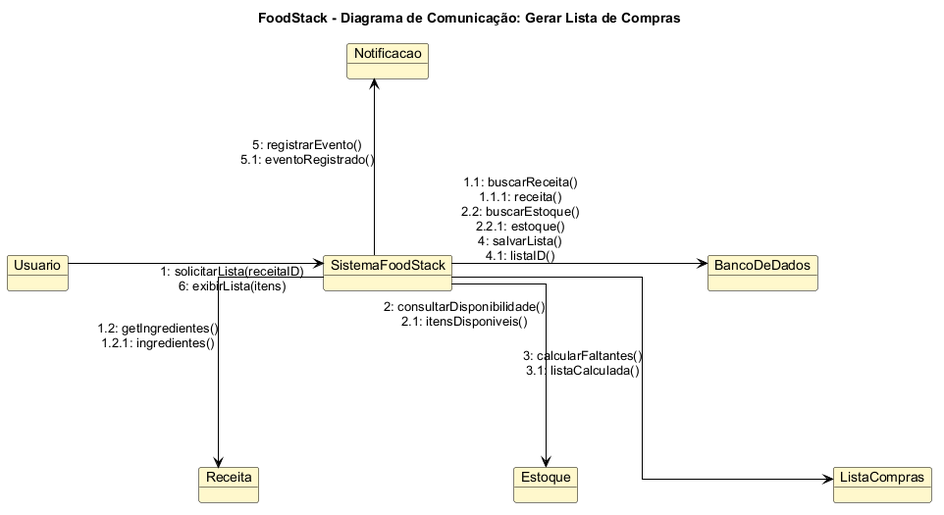
This is docs/diagramas/08-diagrama-comunicacao-lista-compras.png from Pedroh26ES/foodstack, a PlantUML export, as it was before one commit.
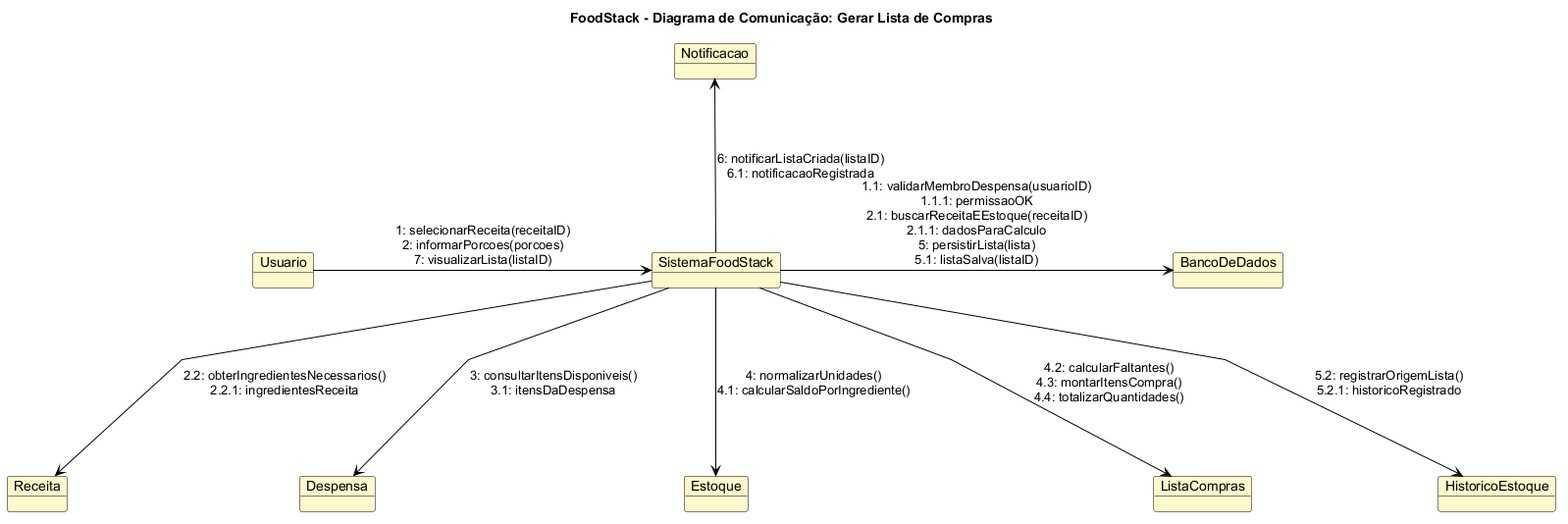
Later version of the same file.

Diff of the diagram source:
```diff
@@ -4,9 +4,9 @@
 skinparam shadowing false
 skinparam defaultFontName Arial
 skinparam ArrowColor Black
-skinparam linetype ortho
-skinparam nodesep 260
-skinparam ranksep 180
+skinparam linetype polyline
+skinparam nodesep 165
+skinparam ranksep 145
 skinparam object {
   BackgroundColor #FFF8CC
   BorderColor Black
@@ -16,21 +16,34 @@
 object "SistemaFoodStack" as Sistema
 object "BancoDeDados" as Banco
 object "Receita" as Receita
+object "Despensa" as Despensa
 object "Estoque" as Estoque
 object "ListaCompras" as Lista
+object "HistoricoEstoque" as Historico
 object "Notificacao" as Notificacao
 
-Notificacao -[hidden]down- Sistema
 Usuario -[hidden]right- Sistema
 Sistema -[hidden]right- Banco
-Receita -[hidden]right- Estoque
+Notificacao -[hidden]down- Sistema
+Receita -[hidden]right- Despensa
+Despensa -[hidden]right- Estoque
 Estoque -[hidden]right- Lista
-Sistema -[hidden]down- Receita
+Lista -[hidden]right- Historico
+Sistema -[hidden]down- Estoque
 
-Usuario -right-> Sistema : 1: solicitarLista(receitaID)\n6: exibirLista(itens)
-Sistema -right-> Banco : 1.1: buscarReceita()\n1.1.1: receita()\n2.2: buscarEstoque()\n2.2.1: estoque()\n4: salvarLista()\n4.1: listaID()
-Sistema -down-> Receita : 1.2: getIngredientes()\n1.2.1: ingredientes()
-Sistema --> Estoque : 2: consultarDisponibilidade()\n2.1: itensDisponiveis()
-Sistema --> Lista : 3: calcularFaltantes()\n3.1: listaCalculada()
-Sistema -up-> Notificacao : 5: registrarEvento()\n5.1: eventoRegistrado()
+Usuario -right-> Sistema : 1: selecionarReceita(receitaID)\n2: informarPorcoes(porcoes)\n7: visualizarLista(listaID)
+
+Sistema -right-> Banco : 1.1: validarMembroDespensa(usuarioID)\n1.1.1: permissaoOK\n2.1: buscarReceitaEEstoque(receitaID)\n2.1.1: dadosParaCalculo\n5: persistirLista(lista)\n5.1: listaSalva(listaID)
+
+Sistema -down-> Receita : 2.2: obterIngredientesNecessarios()\n2.2.1: ingredientesReceita
+
+Sistema -down-> Despensa : 3: consultarItensDisponiveis()\n3.1: itensDaDespensa
+
+Sistema -down-> Estoque : 4: normalizarUnidades()\n4.1: calcularSaldoPorIngrediente()
+
+Sistema --> Lista : 4.2: calcularFaltantes()\n4.3: montarItensCompra()\n4.4: totalizarQuantidades()
+
+Sistema --> Historico : 5.2: registrarOrigemLista()\n5.2.1: historicoRegistrado
+
+Sistema -up-> Notificacao : 6: notificarListaCriada(listaID)\n6.1: notificacaoRegistrada
 @enduml
```
